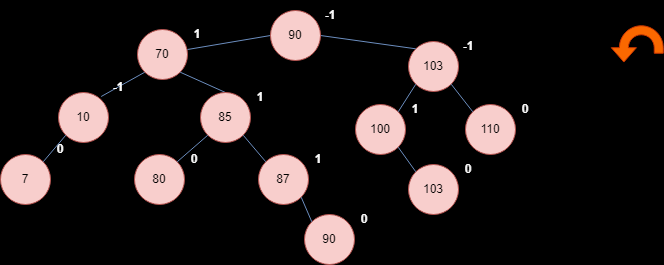
This is arbolBin.png from AnaTuPatrona/pepito, a draw.io export, as it was before one commit. Source tidied: cells renumbered, new cells last; positions are measured from the earlier drawing's top-left corner, leaving out a move shared by most shapes.
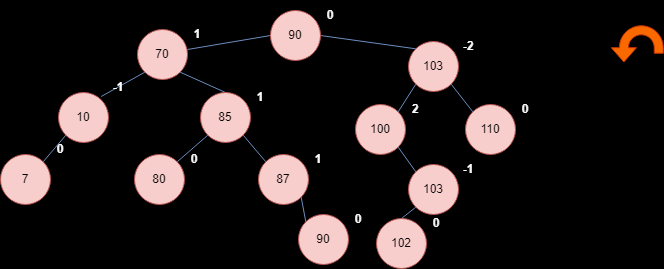
The same diagram one commit later.

Diff of the diagram source:
```diff
@@ -47,7 +47,7 @@
     <mxCell id="16" value="103" style="ellipse;whiteSpace=wrap;html=1;fillColor=#f8cecc;strokeColor=#b85450;" parent="15" vertex="1">
       <mxGeometry y="10" width="50" height="50" as="geometry" />
     </mxCell>
-    <mxCell id="17" value="-1" style="text;html=1;align=center;verticalAlign=middle;whiteSpace=wrap;rounded=0;fontFamily=Helvetica;fontSize=12;glass=0;shadow=0;dashed=1;dashPattern=8 8;fontStyle=1;fontColor=#FAFAFA;" parent="15" vertex="1">
+    <mxCell id="17" value="-2" style="text;html=1;align=center;verticalAlign=middle;whiteSpace=wrap;rounded=0;fontFamily=Helvetica;fontSize=12;glass=0;shadow=0;dashed=1;dashPattern=8 8;fontStyle=1;fontColor=#FAFAFA;" parent="15" vertex="1">
       <mxGeometry x="50" width="20" height="30" as="geometry" />
     </mxCell>
     <mxCell id="18" style="endArrow=none;html=1;rounded=0;fontFamily=Helvetica;fontSize=12;fontColor=default;fillColor=#dae8fc;strokeColor=#6c8ebf;entryX=0;entryY=0;entryDx=0;entryDy=0;exitX=1;exitY=0.5;exitDx=0;exitDy=0;" parent="1" edge="1" source="28" target="16">
@@ -83,7 +83,7 @@
     <mxCell id="28" value="90" style="ellipse;whiteSpace=wrap;html=1;fillColor=#f8cecc;strokeColor=#b85450;" parent="27" vertex="1">
       <mxGeometry y="10" width="50" height="50" as="geometry" />
     </mxCell>
-    <mxCell id="29" value="-1" style="text;html=1;align=center;verticalAlign=middle;whiteSpace=wrap;rounded=0;fontFamily=Helvetica;fontSize=12;glass=0;shadow=0;dashed=1;dashPattern=8 8;fontStyle=1;fontColor=#FAFAFA;" parent="27" vertex="1">
+    <mxCell id="29" value="0" style="text;html=1;align=center;verticalAlign=middle;whiteSpace=wrap;rounded=0;fontFamily=Helvetica;fontSize=12;glass=0;shadow=0;dashed=1;dashPattern=8 8;fontStyle=1;fontColor=#FAFAFA;" parent="27" vertex="1">
       <mxGeometry x="50" width="20" height="30" as="geometry" />
     </mxCell>
     <mxCell id="30" style="endArrow=none;html=1;rounded=0;fontFamily=Helvetica;fontSize=12;fontColor=default;fillColor=#dae8fc;strokeColor=#6c8ebf;exitX=0.5;exitY=0;exitDx=0;exitDy=0;entryX=1;entryY=1;entryDx=0;entryDy=0;" parent="1" edge="1" source="36" target="10">
@@ -95,7 +95,7 @@
     <mxCell id="32" value="100" style="ellipse;whiteSpace=wrap;html=1;fillColor=#f8cecc;strokeColor=#b85450;" parent="31" vertex="1">
       <mxGeometry y="10" width="50" height="50" as="geometry" />
     </mxCell>
-    <mxCell id="33" value="1" style="text;html=1;align=center;verticalAlign=middle;whiteSpace=wrap;rounded=0;fontFamily=Helvetica;fontSize=12;glass=0;shadow=0;dashed=1;dashPattern=8 8;fontStyle=1;fontColor=#FAFAFA;" parent="31" vertex="1">
+    <mxCell id="33" value="2" style="text;html=1;align=center;verticalAlign=middle;whiteSpace=wrap;rounded=0;fontFamily=Helvetica;fontSize=12;glass=0;shadow=0;dashed=1;dashPattern=8 8;fontStyle=1;fontColor=#FAFAFA;" parent="31" vertex="1">
       <mxGeometry x="50" width="20" height="30" as="geometry" />
     </mxCell>
     <mxCell id="34" style="endArrow=none;html=1;rounded=0;fontFamily=Helvetica;fontSize=12;fontColor=default;fillColor=#dae8fc;strokeColor=#6c8ebf;entryX=1;entryY=0;entryDx=0;entryDy=0;exitX=0;exitY=1;exitDx=0;exitDy=0;" parent="1" edge="1" source="16" target="32">
@@ -131,14 +131,14 @@
     <mxCell id="44" value="103" style="ellipse;whiteSpace=wrap;html=1;fillColor=#f8cecc;strokeColor=#b85450;" parent="43" vertex="1">
       <mxGeometry y="10" width="50" height="50" as="geometry" />
     </mxCell>
-    <mxCell id="45" value="0" style="text;html=1;align=center;verticalAlign=middle;whiteSpace=wrap;rounded=0;fontFamily=Helvetica;fontSize=12;glass=0;shadow=0;dashed=1;dashPattern=8 8;fontStyle=1;fontColor=#FAFAFA;" parent="43" vertex="1">
+    <mxCell id="45" value="-1" style="text;html=1;align=center;verticalAlign=middle;whiteSpace=wrap;rounded=0;fontFamily=Helvetica;fontSize=12;glass=0;shadow=0;dashed=1;dashPattern=8 8;fontStyle=1;fontColor=#FAFAFA;" parent="43" vertex="1">
       <mxGeometry x="50" width="20" height="30" as="geometry" />
     </mxCell>
     <mxCell id="46" style="endArrow=none;html=1;rounded=0;fontFamily=Helvetica;fontSize=12;fontColor=default;fillColor=#dae8fc;strokeColor=#6c8ebf;entryX=0;entryY=0;entryDx=0;entryDy=0;exitX=1;exitY=1;exitDx=0;exitDy=0;" parent="1" edge="1" source="32" target="44">
       <mxGeometry relative="1" as="geometry" />
     </mxCell>
     <mxCell id="47" style="group;" parent="1" vertex="1">
-      <mxGeometry x="304" y="204" width="70" height="60" as="geometry" />
+      <mxGeometry x="298" y="204" width="70" height="60" as="geometry" />
     </mxCell>
     <mxCell id="48" value="90" style="ellipse;whiteSpace=wrap;html=1;fillColor=#f8cecc;strokeColor=#b85450;" parent="47" vertex="1">
       <mxGeometry y="10" width="50" height="50" as="geometry" />
@@ -149,5 +149,17 @@
     <mxCell id="50" style="endArrow=none;html=1;rounded=0;fontFamily=Helvetica;fontSize=12;fontColor=default;exitX=1;exitY=1;exitDx=0;exitDy=0;fillColor=#dae8fc;strokeColor=#6c8ebf;entryX=0;entryY=0;entryDx=0;entryDy=0;" parent="1" edge="1" source="40" target="48">
       <mxGeometry relative="1" as="geometry" />
     </mxCell>
+    <mxCell id="51" style="group;" parent="1" vertex="1">
+      <mxGeometry x="376" y="208" width="70" height="60" as="geometry" />
+    </mxCell>
+    <mxCell id="52" value="102" style="ellipse;whiteSpace=wrap;html=1;fillColor=#f8cecc;strokeColor=#b85450;" parent="51" vertex="1">
+      <mxGeometry y="10" width="50" height="50" as="geometry" />
+    </mxCell>
+    <mxCell id="53" value="0" style="text;html=1;align=center;verticalAlign=middle;whiteSpace=wrap;rounded=0;fontFamily=Helvetica;fontSize=12;glass=0;shadow=0;dashed=1;dashPattern=8 8;fontStyle=1;fontColor=#FAFAFA;" parent="51" vertex="1">
+      <mxGeometry x="50" width="20" height="30" as="geometry" />
+    </mxCell>
+    <mxCell id="54" style="endArrow=none;html=1;rounded=0;fontFamily=Helvetica;fontSize=12;fontColor=default;exitX=0;exitY=1;exitDx=0;exitDy=0;fillColor=#dae8fc;strokeColor=#6c8ebf;entryX=0.5;entryY=0;entryDx=0;entryDy=0;" parent="1" edge="1" source="44" target="52">
+      <mxGeometry relative="1" as="geometry" />
+    </mxCell>
   </root>
 </mxGraphModel>
```
